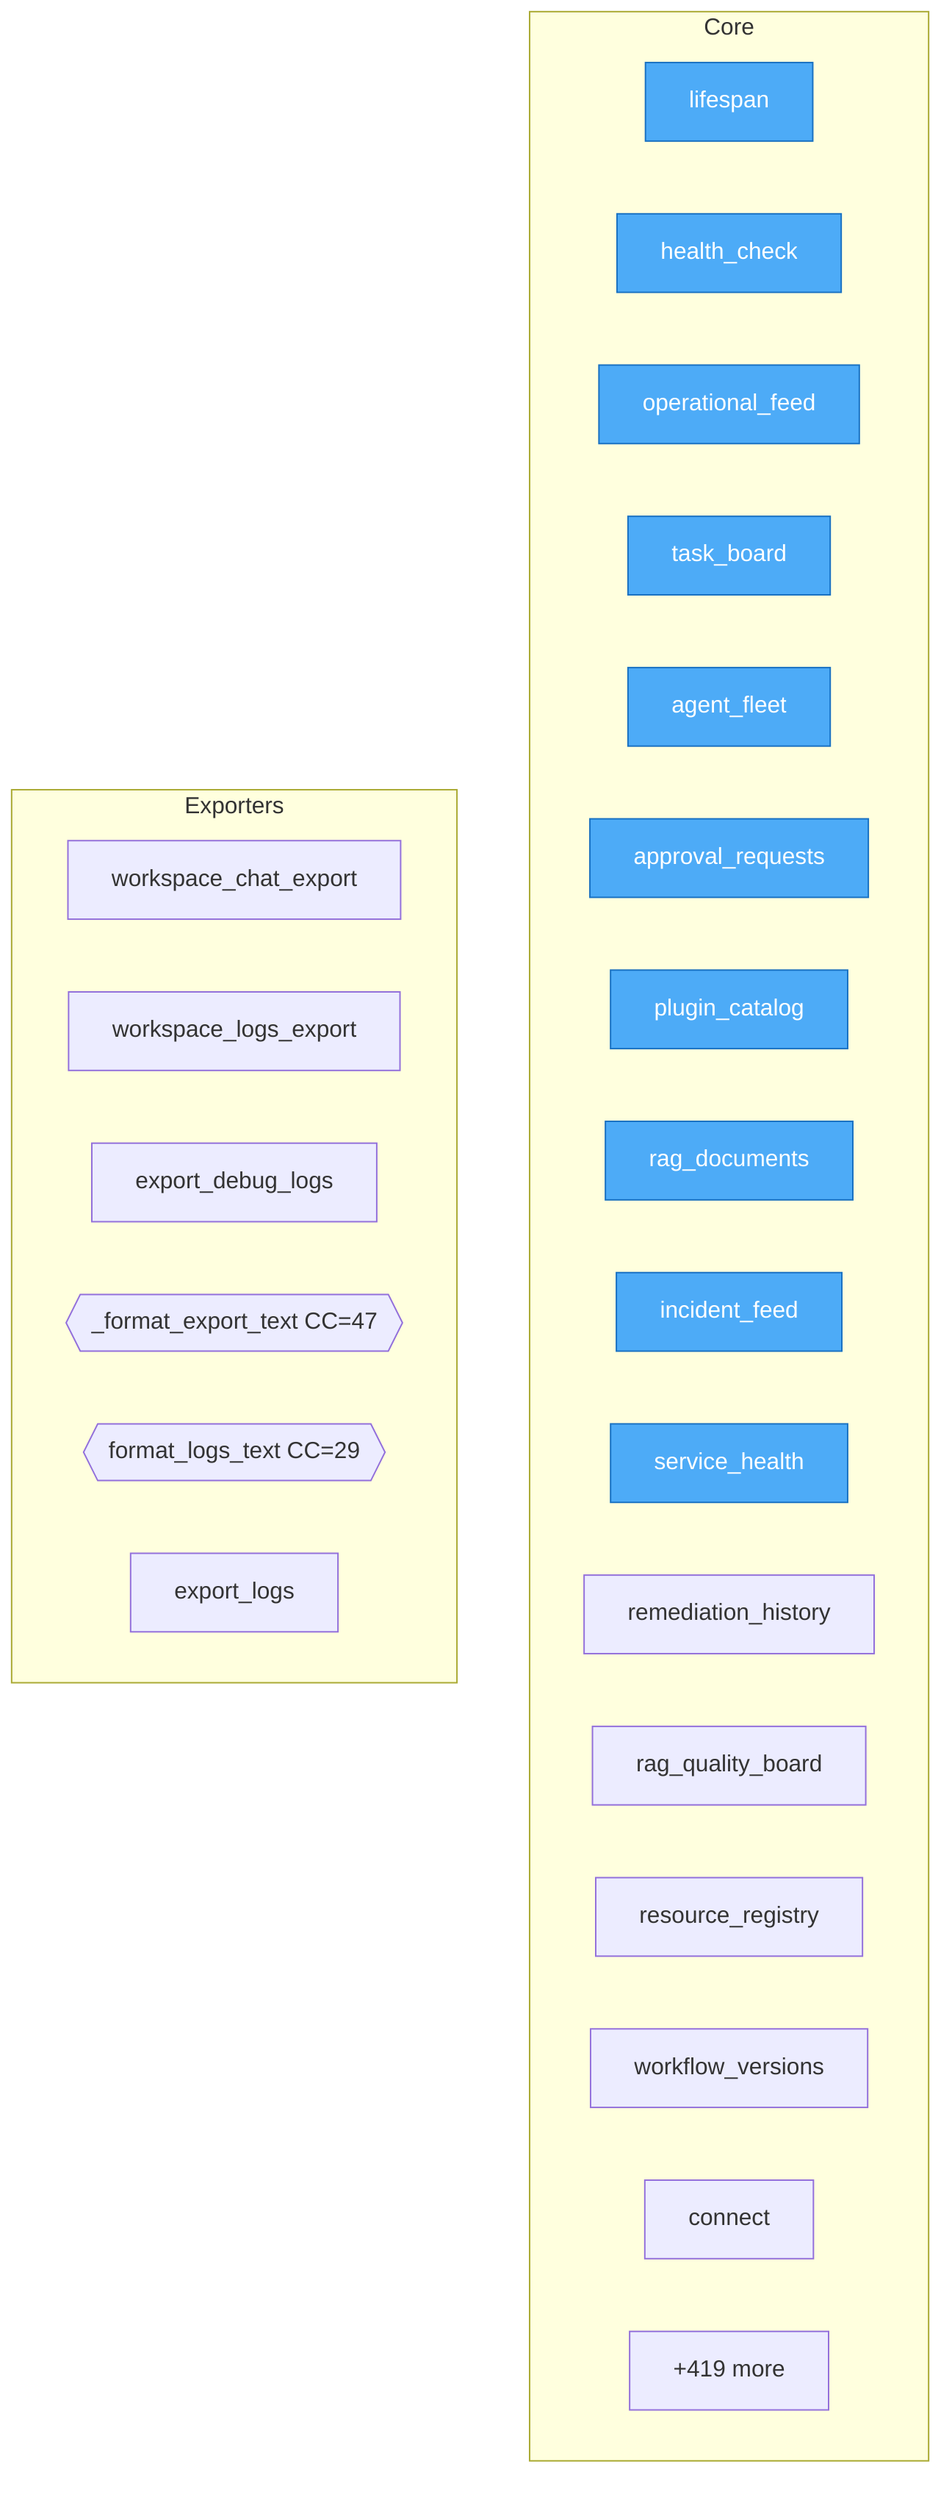
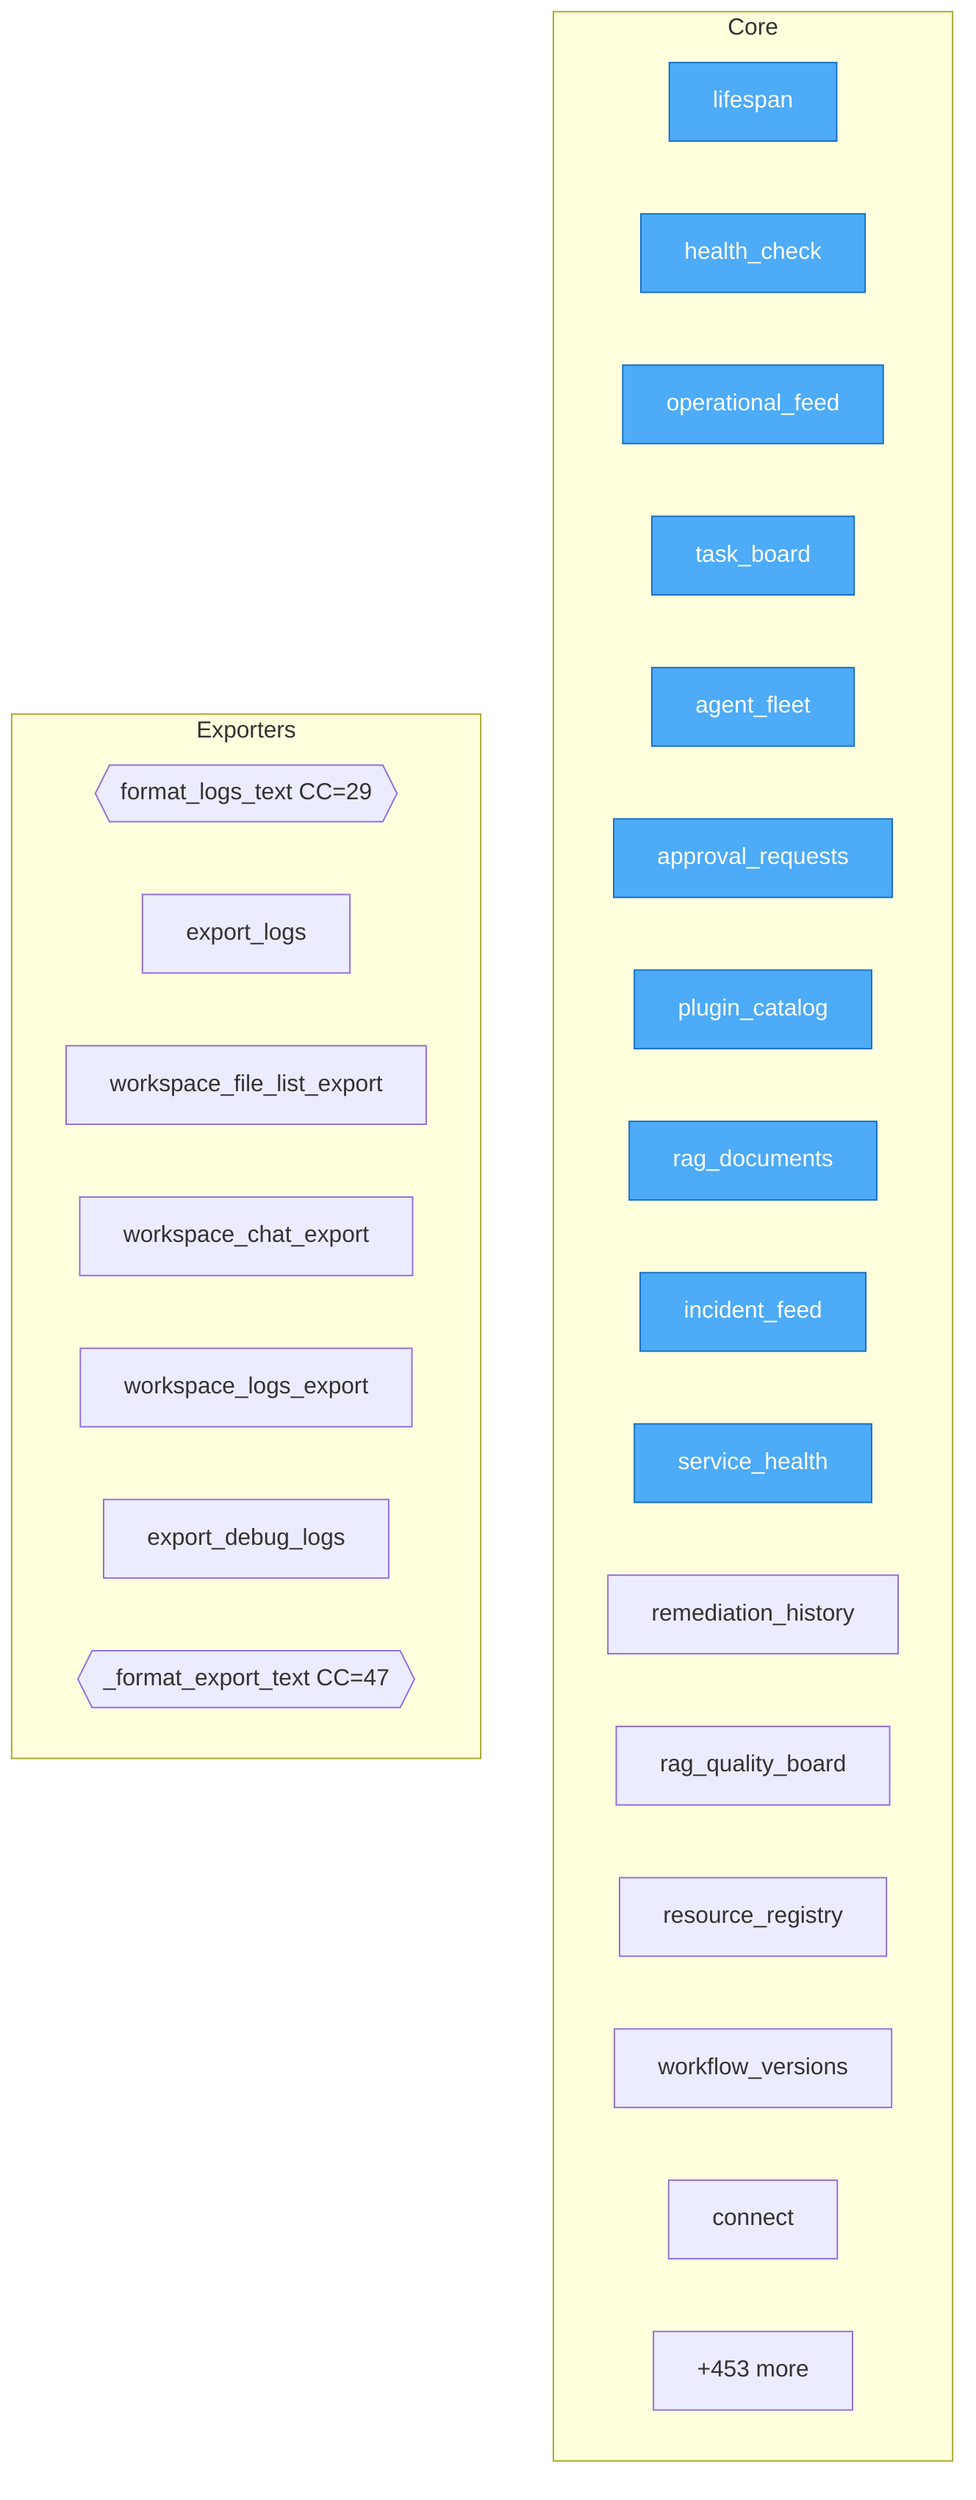
flowchart TD
- %% generated in 0.01s
+ %% generated in 0.02s

    %% Entry points (blue)
    classDef entry fill:#4dabf7,stroke:#1971c2,color:#fff

    subgraph Core
        services__projector__app__main__lifespan["lifespan"]
        services__projector__app__main__health_check["health_check"]
        services__projector__app__main__operational_feed["operational_feed"]
        services__projector__app__main__task_board["task_board"]
        services__projector__app__main__agent_fleet["agent_fleet"]
        services__projector__app__main__approval_requests["approval_requests"]
        services__projector__app__main__plugin_catalog["plugin_catalog"]
        services__projector__app__main__rag_documents["rag_documents"]
        services__projector__app__main__incident_feed["incident_feed"]
        services__projector__app__main__service_health["service_health"]
        services__projector__app__main__remediation_history["remediation_history"]
        services__projector__app__main__rag_quality_board["rag_quality_board"]
        services__projector__app__main__resource_registry["resource_registry"]
        services__projector__app__main__workflow_versions["workflow_versions"]
        services__projector__app__db__Database__connect["connect"]
-         ...["+419 more"]
+         ...["+453 more"]
    end

    subgraph Exporters
+         services__orchestrator__app__observability__export__format_logs_text{{format_logs_text CC=29}}
+         services__orchestrator__app__api__observability__export_logs["export_logs"]
+         services__web__app__api_routes__workspace_file_list_export["workspace_file_list_export"]
        services__web__app__api_routes__workspace_chat_export["workspace_chat_export"]
        services__web__app__api_routes__workspace_logs_export["workspace_logs_export"]
        services__web__app__workspace__export_debug_logs["export_debug_logs"]
        services__web__app__workspace___format_export_text{{_format_export_text CC=47}}
-         services__orchestrator__app__observability__export__format_logs_text{{format_logs_text CC=29}}
-         services__orchestrator__app__api__observability__export_logs["export_logs"]
    end

    class services__projector__app__main__lifespan,services__projector__app__main__health_check,services__projector__app__main__operational_feed,services__projector__app__main__task_board,services__projector__app__main__agent_fleet,services__projector__app__main__approval_requests,services__projector__app__main__plugin_catalog,services__projector__app__main__rag_documents,services__projector__app__main__incident_feed,services__projector__app__main__service_health entry
